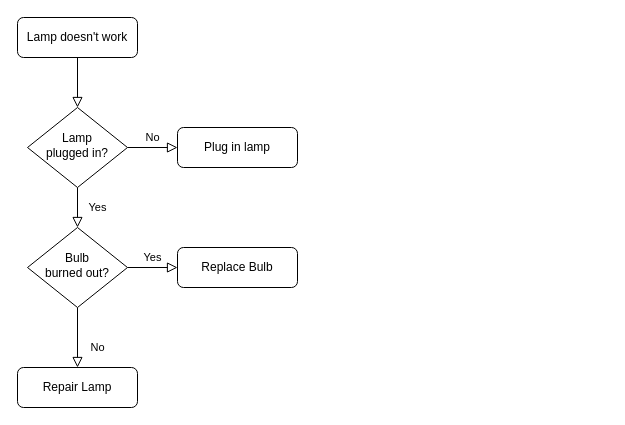
totoSalad/article keeps this draw.io diagram as vpn原理.drawio. Above is the earlier version. Source tidied: cells renumbered, new cells numbered last; positions are measured from the earlier drawing's top-left corner, leaving out a move shared by most shapes. Both pictures are drawn from the tidied source at 100%, with x=0, y=0 at pixel (17, 17).
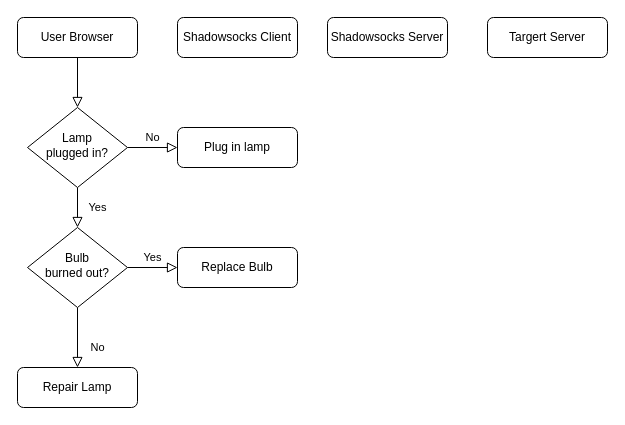
After the change.

What changed in the source:
```diff
@@
 <mxGraphModel>
   <root>
     <mxCell id="0" />
     <mxCell id="1" parent="0" />
     <mxCell id="2" style="rounded=0;html=1;jettySize=auto;fontSize=11;endArrow=block;endFill=0;endSize=8;strokeWidth=1;shadow=0;labelBackgroundColor=none;edgeStyle=orthogonalEdgeStyle;" parent="1" edge="1" source="3" target="6">
       <mxGeometry relative="1" as="geometry" />
     </mxCell>
-    <mxCell id="3" value="Lamp doesn't work" style="rounded=1;whiteSpace=wrap;html=1;fontSize=12;glass=0;strokeWidth=1;shadow=0;" parent="1" vertex="1">
+    <mxCell id="3" value=" User Browser  " style="rounded=1;whiteSpace=wrap;html=1;fontSize=12;glass=0;strokeWidth=1;shadow=0;" parent="1" vertex="1">
       <mxGeometry width="120" height="40" as="geometry" />
     </mxCell>
     <mxCell id="4" value="Yes" style="rounded=0;html=1;jettySize=auto;fontSize=11;endArrow=block;endFill=0;endSize=8;strokeWidth=1;shadow=0;labelBackgroundColor=none;edgeStyle=orthogonalEdgeStyle;" parent="1" edge="1" source="6" target="10">
       <mxGeometry y="20" relative="1" as="geometry" />
     </mxCell>
     <mxCell id="5" value="No" style="edgeStyle=orthogonalEdgeStyle;rounded=0;html=1;jettySize=auto;fontSize=11;endArrow=block;endFill=0;endSize=8;strokeWidth=1;shadow=0;labelBackgroundColor=none;" parent="1" edge="1" source="6" target="7">
       <mxGeometry y="10" relative="1" as="geometry" />
     </mxCell>
     <mxCell id="6" value="Lamp&lt;br&gt;plugged in?" style="rhombus;whiteSpace=wrap;html=1;shadow=0;fontFamily=Helvetica;fontSize=12;align=center;strokeWidth=1;spacing=6;spacingTop=-4;" parent="1" vertex="1">
       <mxGeometry x="10" y="90" width="100" height="80" as="geometry" />
     </mxCell>
     <mxCell id="7" value="Plug in lamp" style="rounded=1;whiteSpace=wrap;html=1;fontSize=12;glass=0;strokeWidth=1;shadow=0;" parent="1" vertex="1">
       <mxGeometry x="160" y="110" width="120" height="40" as="geometry" />
     </mxCell>
     <mxCell id="8" value="No" style="rounded=0;html=1;jettySize=auto;fontSize=11;endArrow=block;endFill=0;endSize=8;strokeWidth=1;shadow=0;labelBackgroundColor=none;edgeStyle=orthogonalEdgeStyle;" parent="1" edge="1" source="10" target="11">
       <mxGeometry x="0.33" y="20" relative="1" as="geometry" />
     </mxCell>
     <mxCell id="9" value="Yes" style="edgeStyle=orthogonalEdgeStyle;rounded=0;html=1;jettySize=auto;fontSize=11;endArrow=block;endFill=0;endSize=8;strokeWidth=1;shadow=0;labelBackgroundColor=none;" parent="1" edge="1" source="10" target="12">
       <mxGeometry y="10" relative="1" as="geometry" />
     </mxCell>
     <mxCell id="10" value="Bulb&lt;br&gt;burned out?" style="rhombus;whiteSpace=wrap;html=1;shadow=0;fontFamily=Helvetica;fontSize=12;align=center;strokeWidth=1;spacing=6;spacingTop=-4;" parent="1" vertex="1">
       <mxGeometry x="10" y="210" width="100" height="80" as="geometry" />
     </mxCell>
     <mxCell id="11" value="Repair Lamp" style="rounded=1;whiteSpace=wrap;html=1;fontSize=12;glass=0;strokeWidth=1;shadow=0;" parent="1" vertex="1">
       <mxGeometry y="350" width="120" height="40" as="geometry" />
     </mxCell>
     <mxCell id="12" value="Replace Bulb" style="rounded=1;whiteSpace=wrap;html=1;fontSize=12;glass=0;strokeWidth=1;shadow=0;" parent="1" vertex="1">
       <mxGeometry x="160" y="230" width="120" height="40" as="geometry" />
     </mxCell>
+    <mxCell id="13" value="Shadowsocks Client" style="rounded=1;whiteSpace=wrap;html=1;fontSize=12;glass=0;strokeWidth=1;shadow=0;" parent="1" vertex="1">
+      <mxGeometry x="160" width="120" height="40" as="geometry" />
+    </mxCell>
+    <mxCell id="14" value="Shadowsocks Server" style="rounded=1;whiteSpace=wrap;html=1;fontSize=12;glass=0;strokeWidth=1;shadow=0;" parent="1" vertex="1">
+      <mxGeometry x="310" width="120" height="40" as="geometry" />
+    </mxCell>
+    <mxCell id="15" value="Targert Server" style="rounded=1;whiteSpace=wrap;html=1;fontSize=12;glass=0;strokeWidth=1;shadow=0;" parent="1" vertex="1">
+      <mxGeometry x="470" width="120" height="40" as="geometry" />
+    </mxCell>
   </root>
 </mxGraphModel>
```
